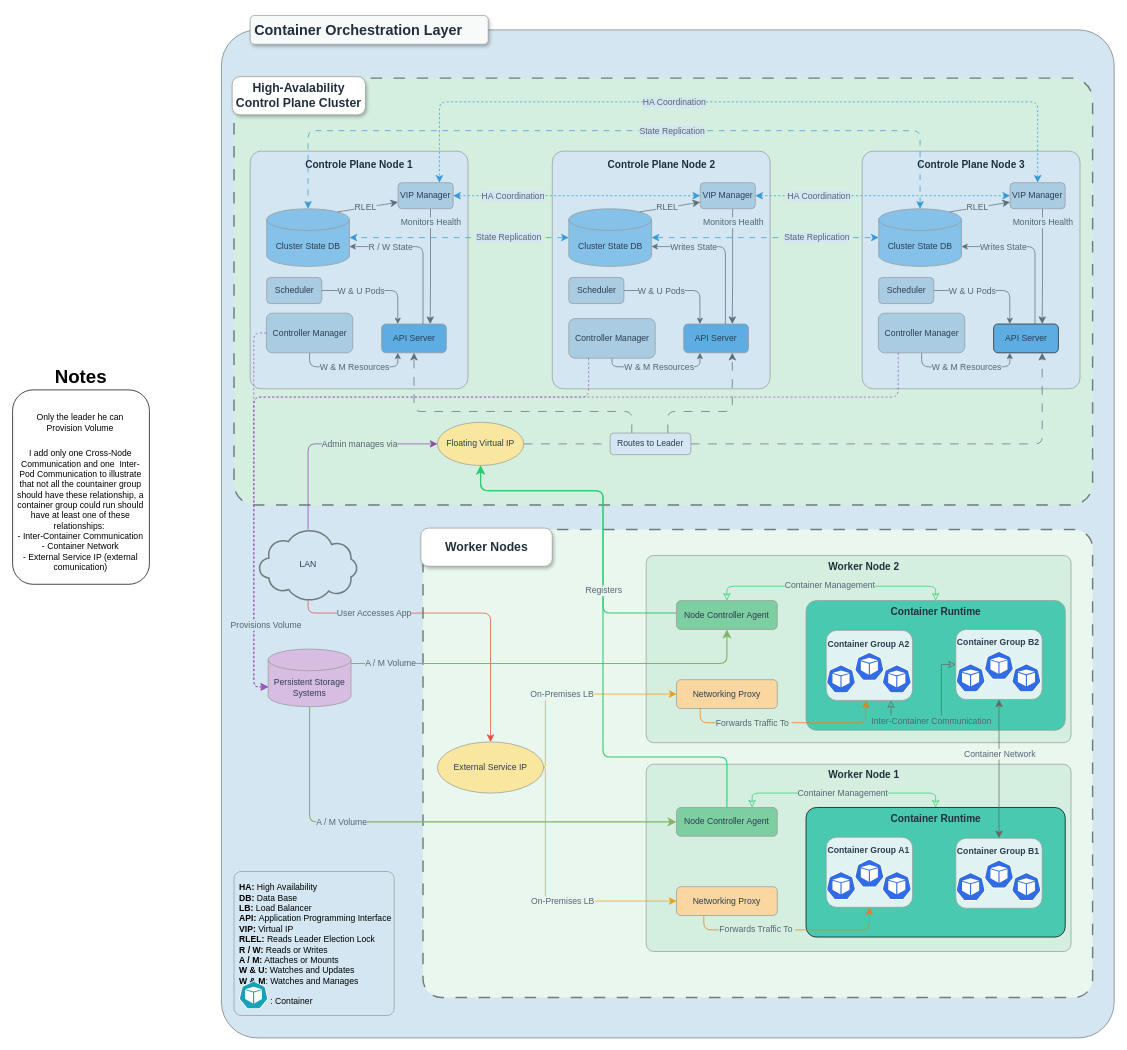
The draw.io diagram page "Container Orchestration Layer detailed" (4 of 6) of diagrams/Globale_Conception.drawio in Benmeddour/ai-driven-infrastructure-resource-provisioning, before the edit. Source tidied: cells renumbered, new cells numbered last; positions are measured from the earlier drawing's top-left corner, leaving out a move shared by most shapes. Both pictures are drawn from the tidied source at 72%, with x=0, y=0 at pixel (12, 15).
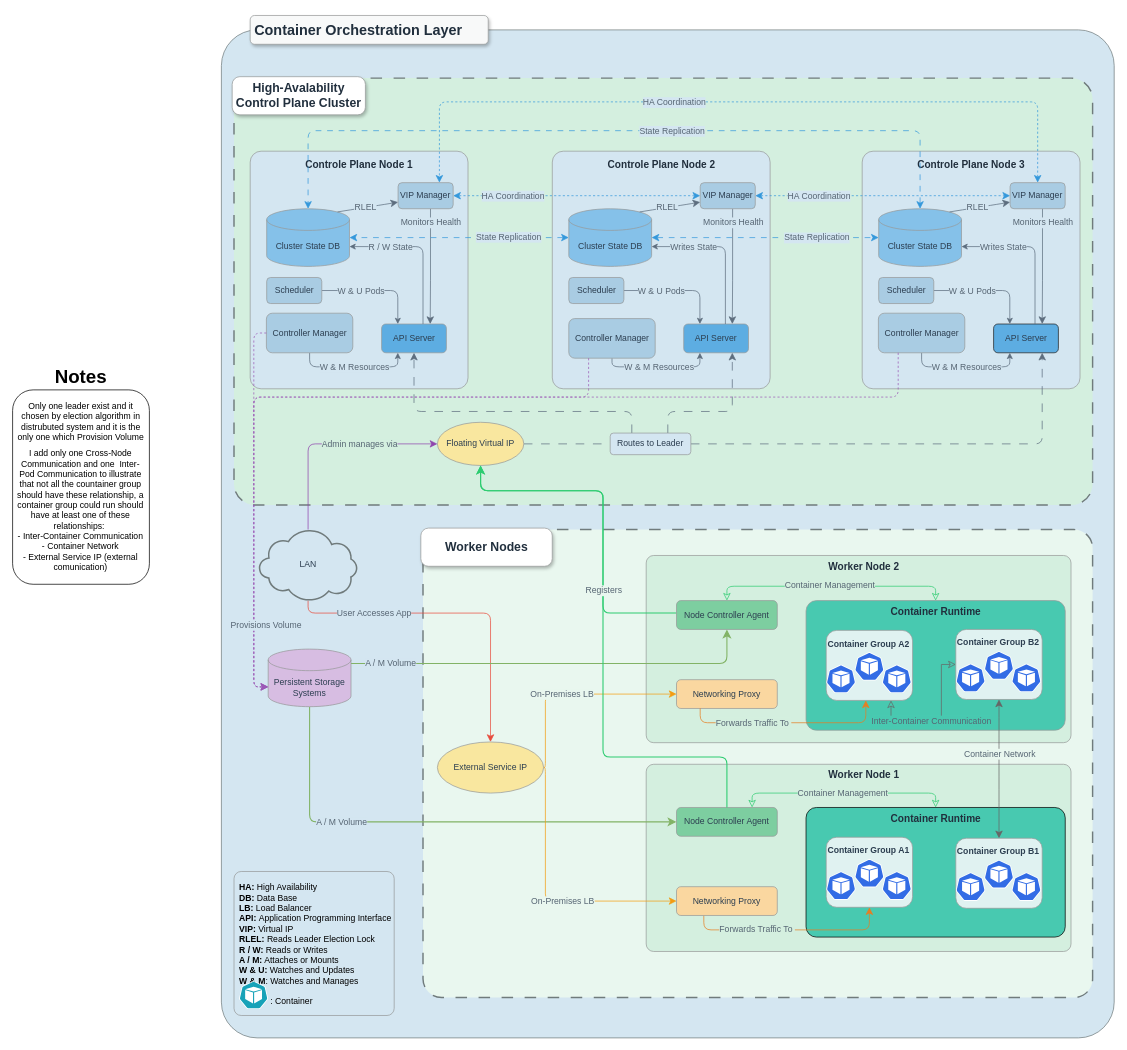
After the change.

Diff of the diagram source:
```diff
@@
-    <mxCell id="143" value="Only the leader he can Provision Volume" style="text;html=1;align=center;verticalAlign=middle;whiteSpace=wrap;rounded=0;" parent="1" vertex="1">
-      <mxGeometry x="30" y="550" width="128.1" height="30" as="geometry" />
+    <mxCell id="143" value="Only one leader exist and it chosen by election algorithm in distrubuted system and it is the only one which Provision Volume" style="text;html=1;align=center;verticalAlign=middle;whiteSpace=wrap;rounded=0;" parent="1" vertex="1">
+      <mxGeometry x="4.5" y="537" width="180" height="53" as="geometry" />
     </mxCell>
```
